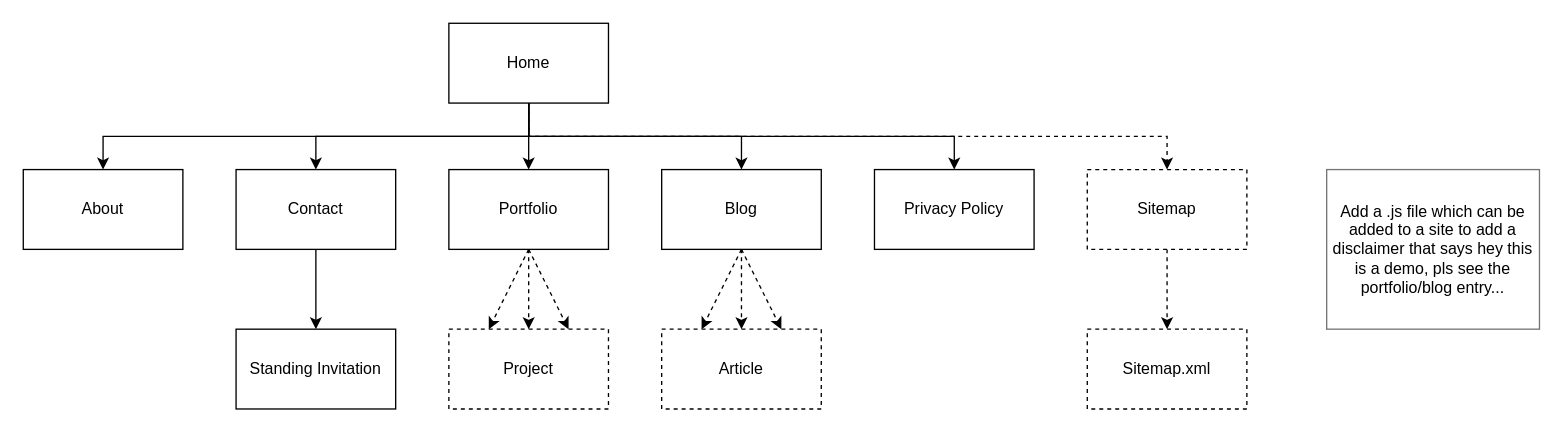
Above: joshc-uk-sitemap.drawio in cooperj/joshc.uk (draw.io), before the change. Source tidied: cells renumbered, new cells numbered last; positions are measured from the earlier drawing's top-left corner, leaving out a move shared by most shapes. Both pictures are drawn from the tidied source at 133%, with x=0, y=0 at pixel (23, 23).
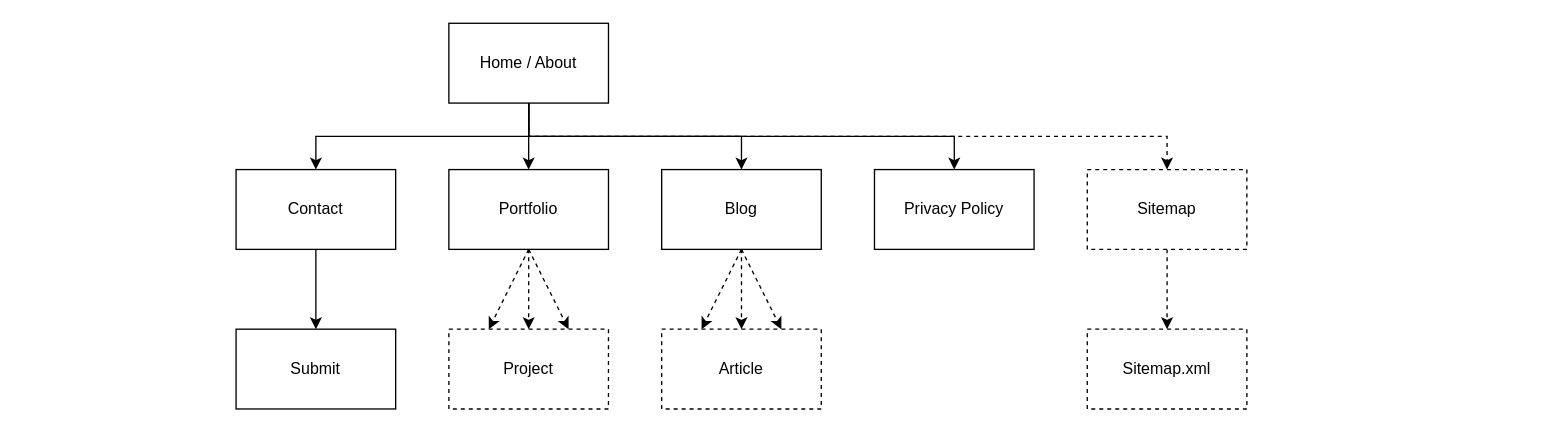
The same diagram, later.

Commit message (it also covers changes not shown here):
Update sitemap and fix link

Change to the diagram source:
```diff
@@
-    <mxCell id="3" style="edgeStyle=orthogonalEdgeStyle;rounded=0;jettySize=auto;html=1;exitX=0.5;exitY=1;exitDx=0;exitDy=0;entryX=0.5;entryY=0;entryDx=0;entryDy=0;" parent="1" edge="1" source="8" target="12">
-      <mxGeometry relative="1" as="geometry" />
-    </mxCell>
@@
-    <mxCell id="8" value="Home" style="rounded=0;whiteSpace=wrap;html=1;" parent="1" vertex="1">
+    <mxCell id="8" value="Home / About" style="rounded=0;whiteSpace=wrap;html=1;" parent="1" vertex="1">
       <mxGeometry x="320" width="120" height="60" as="geometry" />
     </mxCell>
@@
-    <mxCell id="11" value="Standing Invitation" style="rounded=0;whiteSpace=wrap;html=1;" parent="1" vertex="1">
+    <mxCell id="11" value="Submit" style="rounded=0;whiteSpace=wrap;html=1;" parent="1" vertex="1">
       <mxGeometry x="160" y="230" width="120" height="60" as="geometry" />
     </mxCell>
-    <mxCell id="12" value="About" style="rounded=0;whiteSpace=wrap;html=1;" parent="1" vertex="1">
-      <mxGeometry y="110" width="120" height="60" as="geometry" />
-    </mxCell>
@@
-    <mxCell id="27" value="Add a .js file which can be added to a site to add a disclaimer that says hey this is a demo, pls see the portfolio/blog entry..." style="rounded=0;whiteSpace=wrap;html=1;strokeColor=#757575;" parent="1" vertex="1">
-      <mxGeometry x="980" y="110" width="160" height="120" as="geometry" />
-    </mxCell>
```
